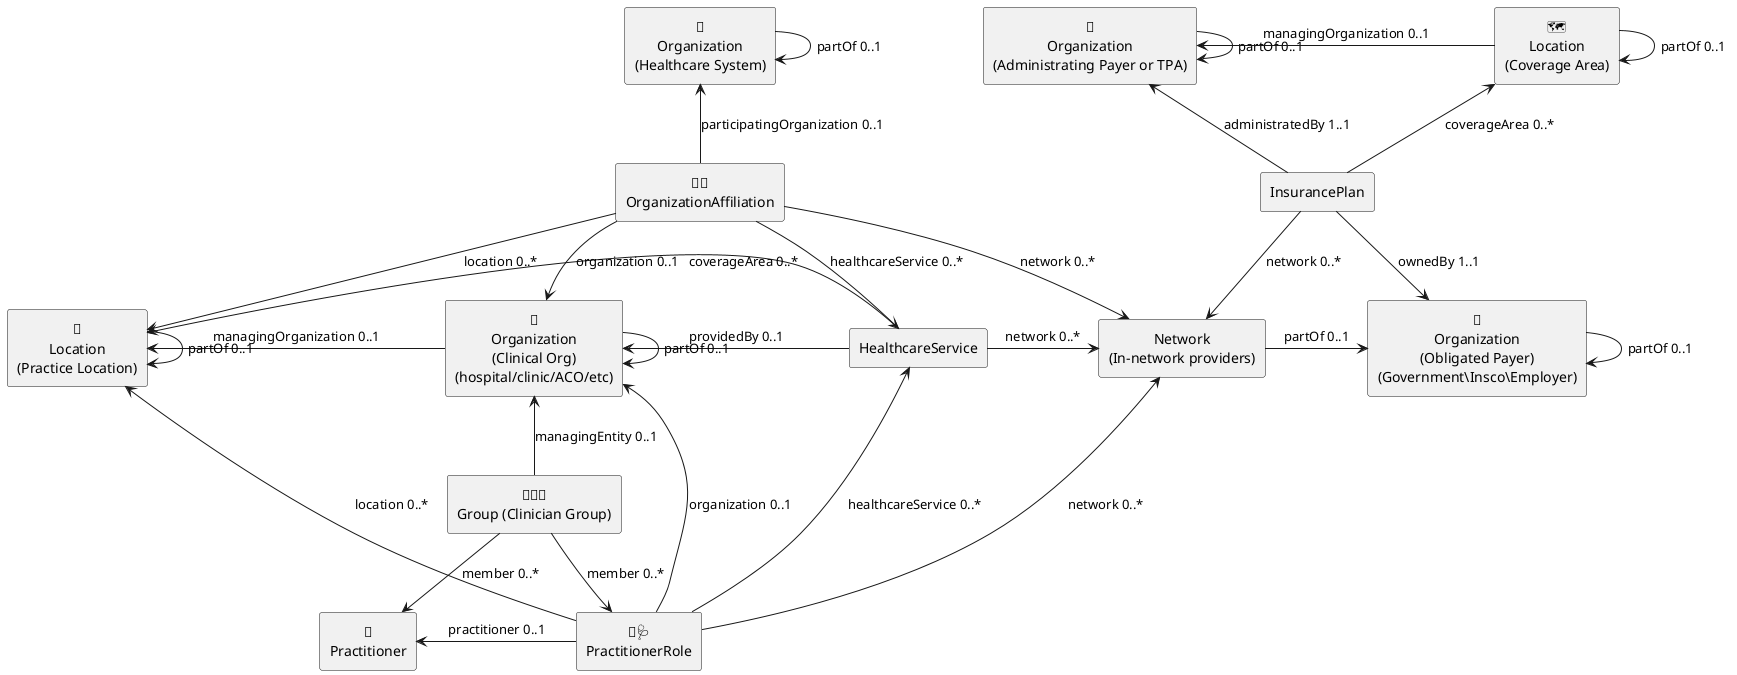
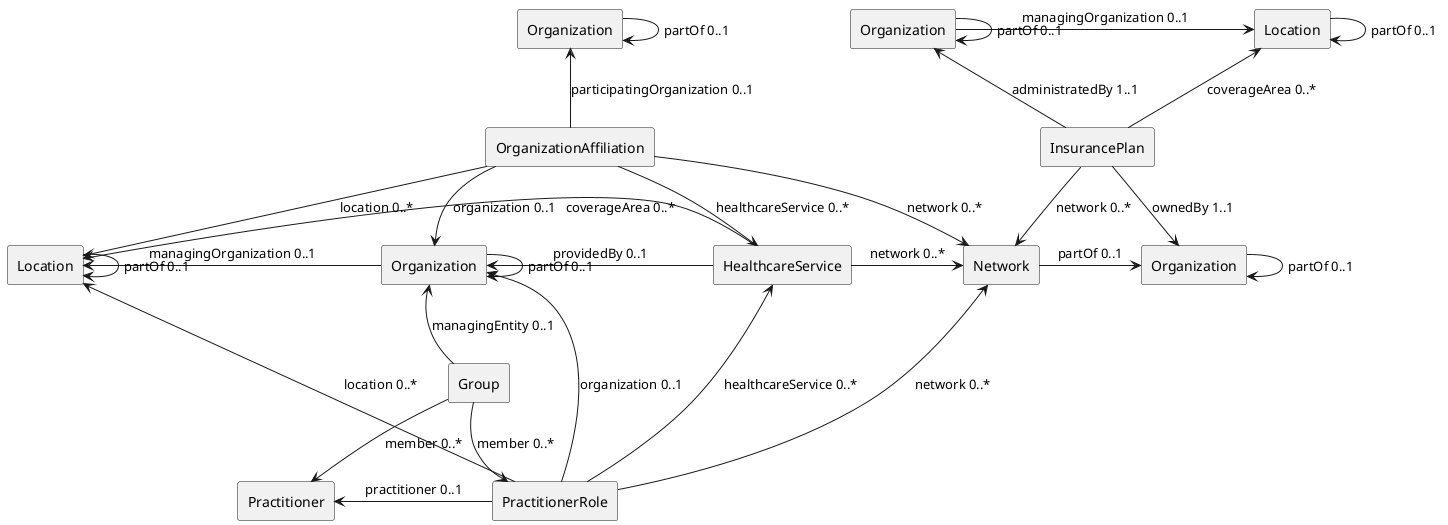
@startuml
skinparam svgDimensionStyle false
- skinparam defaultTextAlignment center

- agent "🏢🏢\nOrganizationAffiliation" as orgAff
- agent "🏢\nOrganization\n(Administrating Payer or TPA)" as orgIns2
- agent "🏢\nOrganization\n(Obligated Payer)\n(Government\Insco\Employer)" as orgIns1
- agent "🏢\nOrganization\n(Healthcare System)" as orgOrgAff
- agent "🏥\nOrganization\n(Clinical Org)\n(hospital/clinic/ACO/etc)" as orgOrgPrac
- agent "🗺️\nLocation\n(Coverage Area)" as locIns
- agent "📍\nLocation\n(Practice Location)" as locOrgPrac
- agent "Network\n(In-network providers)" as network
+ agent OrganizationAffiliation as orgAff
+ agent Organization as orgIns1
+ agent Organization as orgIns2
+ agent Organization as orgOrgAff
+ agent Organization as orgOrgPrac
+ agent Location as locIns
+ agent Location as locOrgPrac
+ agent Network as network
agent HealthcareService as service
agent InsurancePlan as insurance
- agent "👤🩺\nPractitionerRole" as pracRole
- agent "👤\nPractitioner" as practitioner
- agent "🧑‍🤝‍🧑\nGroup (Clinician Group)" as group
+ agent PractitionerRole as pracRole
+ agent Practitioner as practitioner
+ agent Group as group

pracRole -up-> network: "network 0..*"
pracRole -up-> orgOrgPrac: "organization 0..1"
pracRole -up-> service: "healthcareService 0..*"
group -up-> orgOrgPrac: "managingEntity 0..1"
group -down-> practitioner: "member 0..*"
group -down-> pracRole: "member 0..*"
service -left->orgOrgPrac: "providedBy 0..1"
service -left->locOrgPrac: "coverageArea 0..*"
service -right->network: "network 0..*"
pracRole -up-> locOrgPrac: "location 0..*"
orgAff -down-> network: "network 0..*"
orgAff -down-> orgOrgPrac: "organization 0..1"
orgAff -down-> service: "healthcareService 0..*"
orgAff -down-> locOrgPrac: "location 0..*"


orgAff -up-> orgOrgAff: "participatingOrganization 0..1"
insurance -down-> network: "network 0..*"
insurance -up-> locIns: "coverageArea 0..*"
orgOrgPrac -left-> locOrgPrac: "managingOrganization 0..1"
insurance -up-> orgIns2: "administratedBy 1..1"
insurance -down-> orgIns1: "ownedBy 1..1"
network -right-> orgIns1: "partOf 0..1"

pracRole -left-> practitioner: "practitioner 0..1"

locOrgPrac -right-> locOrgPrac : "partOf 0..1"
locIns -right-> locIns : "partOf 0..1"
orgOrgPrac -right-> orgOrgPrac : "partOf 0..1"
orgIns1 -right-> orgIns1 : "partOf 0..1"
orgIns2 -right-> orgIns2 : "partOf 0..1"
- orgIns2 <-right- locIns: "managingOrganization 0..1"
+ orgIns2 -right-> locIns: "managingOrganization 0..1"
orgOrgAff -right-> orgOrgAff : "partOf 0..1"

- @enduml
+ @enduml